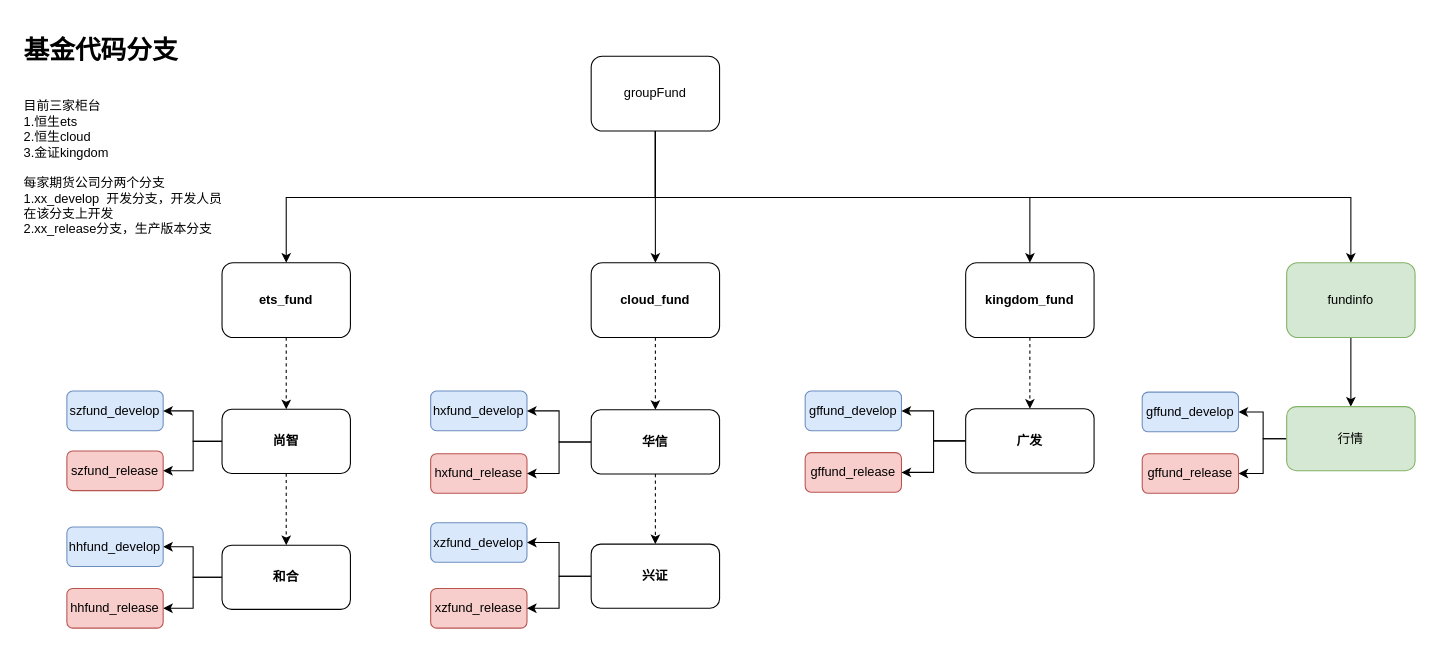
The draw.io diagram 基金git代码分支图.drawio in ammengke/my-drawio, before the edit. Source tidied: cells renumbered, new cells numbered last; positions are measured from the earlier drawing's top-left corner, leaving out a move shared by most shapes. Both pictures are drawn from the tidied source at 107%, with x=0, y=0 at pixel (18, 29).
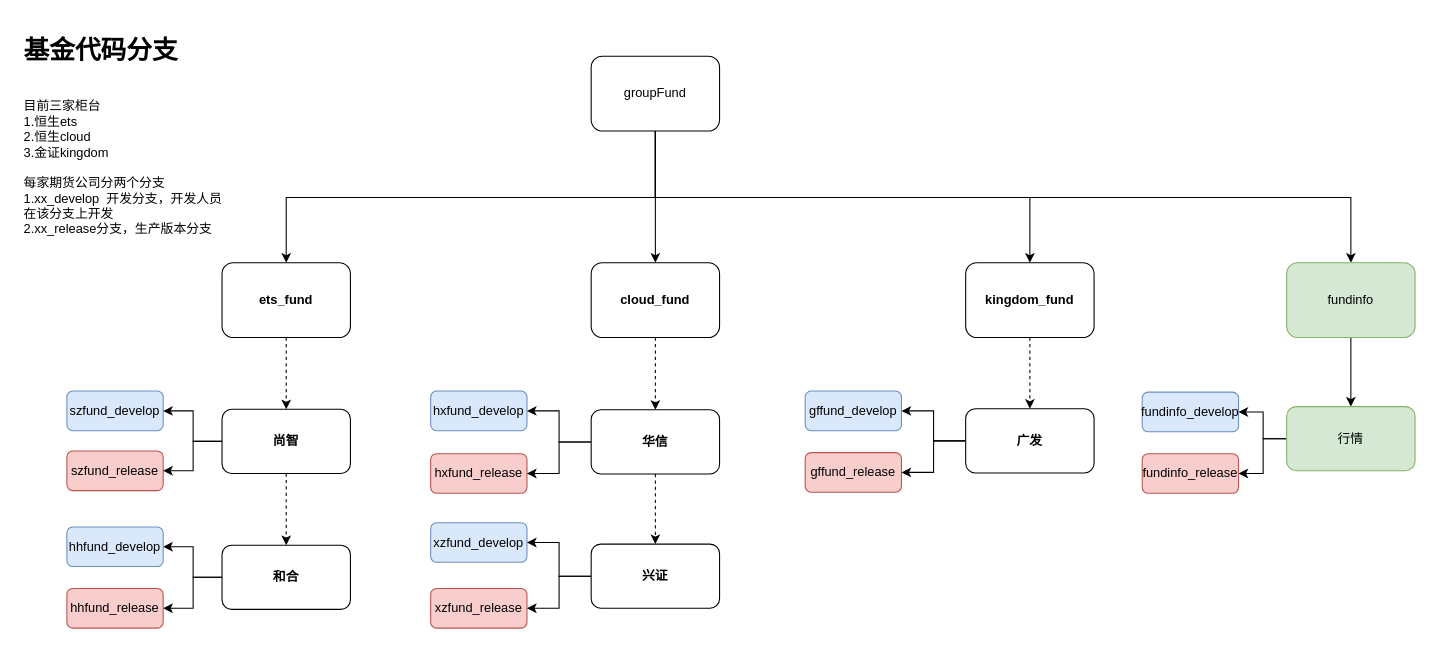
After the change.

Commit message:
Update 基金git代码分支图.drawio

Change to the diagram source:
```diff
@@
-    <mxCell id="45" value="gffund_develop" style="rounded=1;whiteSpace=wrap;html=1;strokeColor=#6c8ebf;fillColor=#dae8fc;" parent="1" vertex="1">
+    <mxCell id="45" value="fundinfo_develop" style="rounded=1;whiteSpace=wrap;html=1;strokeColor=#6c8ebf;fillColor=#dae8fc;" parent="1" vertex="1">
       <mxGeometry x="1050" y="339" width="90" height="37" as="geometry" />
     </mxCell>
-    <mxCell id="46" value="gffund_release" style="rounded=1;whiteSpace=wrap;html=1;strokeColor=#b85450;fillColor=#f8cecc;" parent="1" vertex="1">
+    <mxCell id="46" value="fundinfo_release" style="rounded=1;whiteSpace=wrap;html=1;strokeColor=#b85450;fillColor=#f8cecc;" parent="1" vertex="1">
       <mxGeometry x="1050" y="396.5" width="90" height="37" as="geometry" />
     </mxCell>
```
